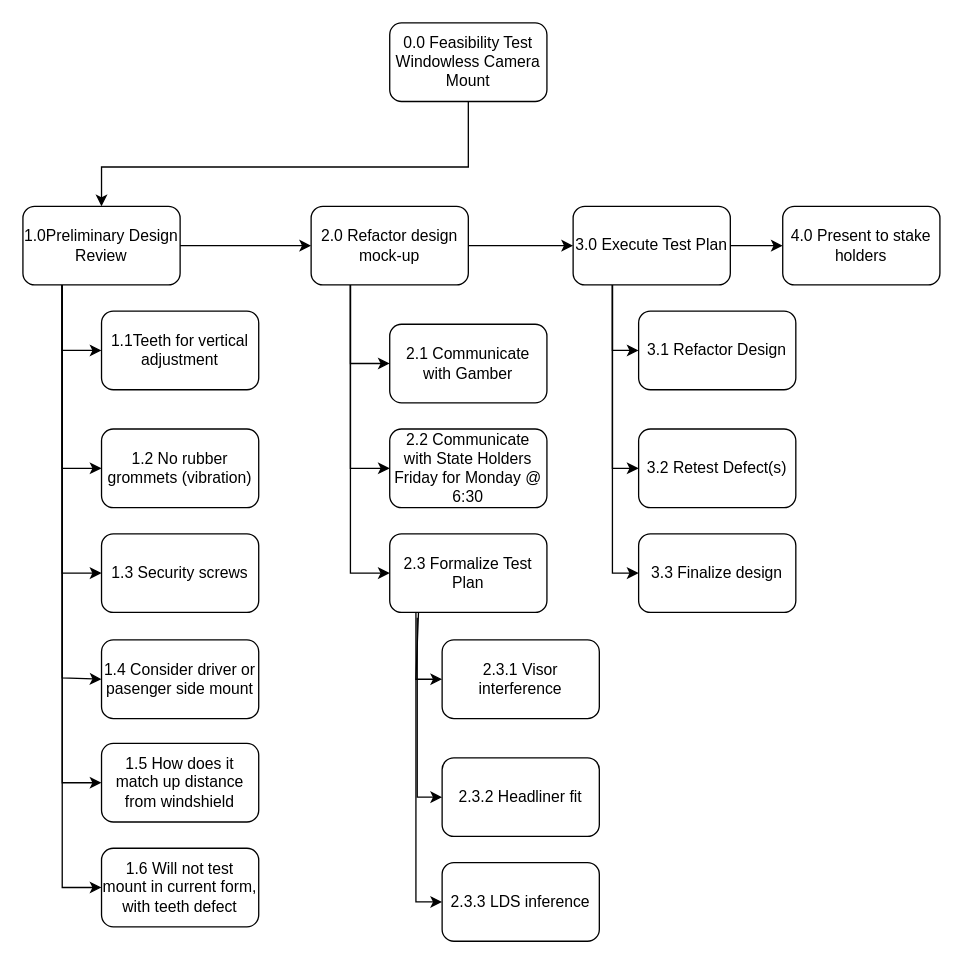
Above: WBS Window-less Lytx Camera Mount.drawio in RustyTruck/plc4trucksduck (draw.io), before the change. Source tidied: cells renumbered, new cells numbered last; positions are measured from the earlier drawing's top-left corner, leaving out a move shared by most shapes. Both pictures are drawn from the tidied source at 131%, with x=0, y=0 at pixel (22, 22).
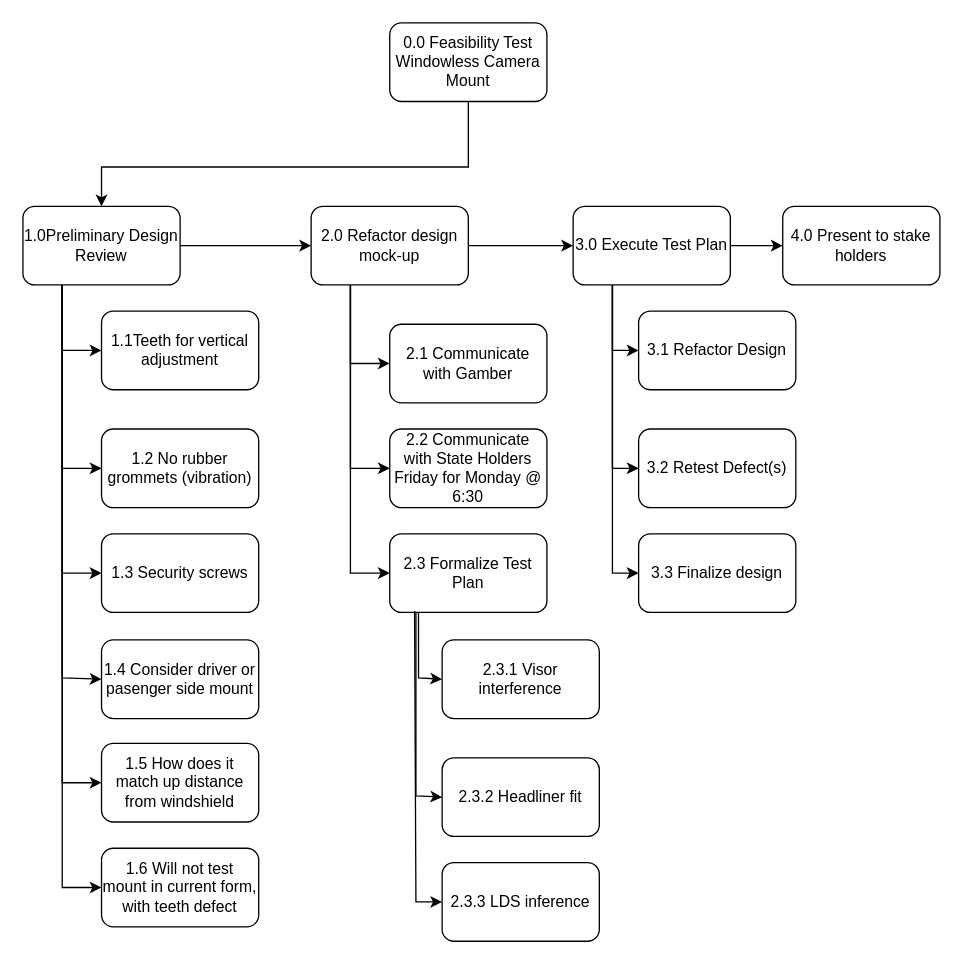
The same diagram, later.

Unchanged cells that the change refers to:
```xml
<mxCell id="4" value="2.3 Formalize Test Plan" style="rounded=1;whiteSpace=wrap;html=1;" parent="1" vertex="1">
  <mxGeometry x="280" y="390" width="120" height="60" as="geometry" />
</mxCell>
<mxCell id="17" value="2.3.1 Visor interference" style="rounded=1;whiteSpace=wrap;html=1;" parent="1" vertex="1">
  <mxGeometry x="320" y="471" width="120" height="60" as="geometry" />
</mxCell>
<mxCell id="18" value="2.3.2 Headliner fit" style="rounded=1;whiteSpace=wrap;html=1;" parent="1" vertex="1">
  <mxGeometry x="320" y="561" width="120" height="60" as="geometry" />
</mxCell>
<mxCell id="19" value="2.3.3 LDS inference" style="rounded=1;whiteSpace=wrap;html=1;" parent="1" vertex="1">
  <mxGeometry x="320" y="641" width="120" height="60" as="geometry" />
</mxCell>
```

What changed in the source:
```diff
@@
     <mxCell id="26" style="endArrow=classic;html=1;rounded=0;entryX=0;entryY=0.5;entryDx=0;entryDy=0;exitX=0.183;exitY=1;exitDx=0;exitDy=0;exitPerimeter=0;" parent="1" edge="1" source="4" target="17">
       <mxGeometry relative="1" as="geometry">
         <Array as="points">
-          <mxPoint x="300" y="501" />
+          <mxPoint x="302" y="500" />
         </Array>
       </mxGeometry>
     </mxCell>
-    <mxCell id="27" style="endArrow=classic;html=1;rounded=0;entryX=0;entryY=0.5;entryDx=0;entryDy=0;exitX=0.175;exitY=1.067;exitDx=0;exitDy=0;exitPerimeter=0;" parent="1" edge="1" source="4" target="18">
+    <mxCell id="27" style="endArrow=classic;html=1;rounded=0;entryX=0;entryY=0.5;entryDx=0;entryDy=0;" parent="1" edge="1" target="18">
       <mxGeometry relative="1" as="geometry">
+        <mxPoint x="300" y="450" as="sourcePoint" />
         <Array as="points">
-          <mxPoint x="301" y="591" />
+          <mxPoint x="300" y="590" />
         </Array>
       </mxGeometry>
     </mxCell>
-    <mxCell id="28" style="endArrow=classic;html=1;rounded=0;entryX=0;entryY=0.5;entryDx=0;entryDy=0;" parent="1" edge="1" target="19">
+    <mxCell id="28" style="endArrow=classic;html=1;rounded=0;entryX=0;entryY=0.5;entryDx=0;entryDy=0;exitX=0.158;exitY=0.983;exitDx=0;exitDy=0;exitPerimeter=0;" parent="1" edge="1" source="4" target="19">
       <mxGeometry relative="1" as="geometry">
-        <mxPoint x="300" y="450" as="sourcePoint" />
         <Array as="points">
           <mxPoint x="300" y="671" />
         </Array>
       </mxGeometry>
     </mxCell>
```
